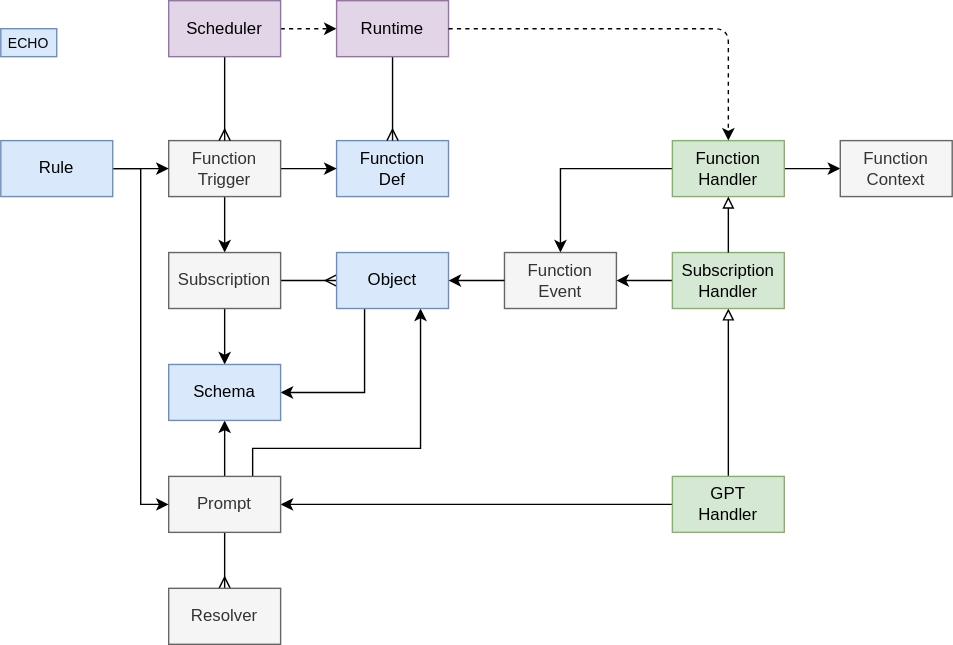
The draw.io diagram packages/core/functions/docs/functions.drawio.svg in dxos/dxos, before a commit. Source tidied: cells renumbered, new cells last; positions are measured from the earlier drawing's top-left corner, leaving out a move shared by most shapes.
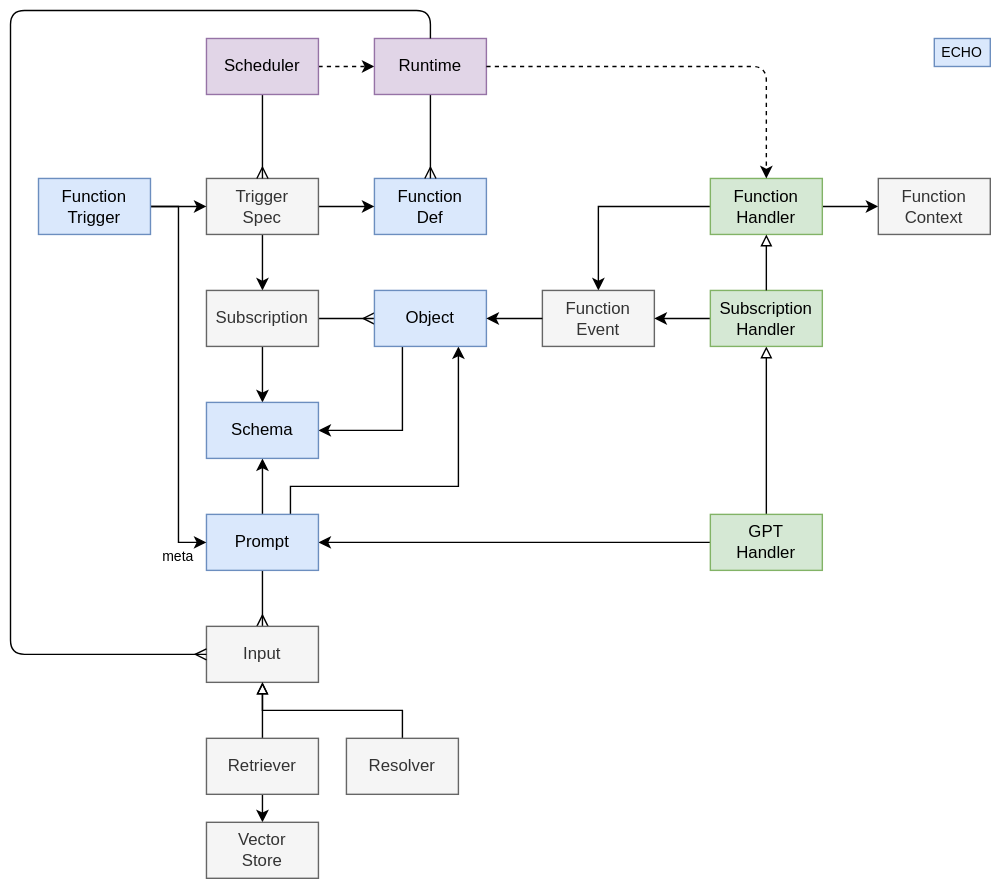
The same file after the commit.

What changed in the source:
```diff
@@ -11,7 +11,7 @@
     <mxCell id="4" style="edgeStyle=none;rounded=0;html=1;exitX=0.5;exitY=1;exitDx=0;exitDy=0;fontSize=10;endArrow=classic;endFill=1;" parent="1" edge="1" source="5" target="24">
       <mxGeometry relative="1" as="geometry" />
     </mxCell>
-    <mxCell id="5" value="Function&lt;br&gt;Trigger" style="rounded=0;whiteSpace=wrap;html=1;fillColor=#f5f5f5;strokeColor=#666666;fontColor=#333333;" parent="1" vertex="1">
+    <mxCell id="5" value="Trigger&lt;br&gt;Spec" style="rounded=0;whiteSpace=wrap;html=1;fillColor=#f5f5f5;strokeColor=#666666;fontColor=#333333;" parent="1" vertex="1">
       <mxGeometry x="120" y="100" width="80" height="40" as="geometry" />
     </mxCell>
     <mxCell id="6" style="edgeStyle=none;html=1;" parent="1" edge="1" source="8" target="10">
@@ -56,11 +56,11 @@
     <mxCell id="16" style="edgeStyle=none;html=1;exitX=0.5;exitY=1;exitDx=0;exitDy=0;endArrow=ERmany;endFill=0;" parent="1" edge="1" source="17" target="38">
       <mxGeometry relative="1" as="geometry" />
     </mxCell>
-    <mxCell id="17" value="Prompt" style="rounded=0;whiteSpace=wrap;html=1;fillColor=#f5f5f5;strokeColor=#666666;fontColor=#333333;" parent="1" vertex="1">
+    <mxCell id="17" value="Prompt" style="rounded=0;whiteSpace=wrap;html=1;fillColor=#dae8fc;strokeColor=#6c8ebf;" parent="1" vertex="1">
       <mxGeometry x="120" y="340" width="80" height="40" as="geometry" />
     </mxCell>
     <mxCell id="18" value="ECHO" style="rounded=0;whiteSpace=wrap;html=1;fillColor=#dae8fc;strokeColor=#6c8ebf;fontSize=10;" parent="1" vertex="1">
-      <mxGeometry y="20" width="40" height="20" as="geometry" />
+      <mxGeometry x="640" width="40" height="20" as="geometry" />
     </mxCell>
     <mxCell id="19" style="edgeStyle=none;html=1;exitX=1;exitY=0.5;exitDx=0;exitDy=0;fontSize=10;endArrow=classic;endFill=1;" parent="1" edge="1" source="21" target="5">
       <mxGeometry relative="1" as="geometry" />
@@ -73,7 +73,7 @@
         </Array>
       </mxGeometry>
     </mxCell>
-    <mxCell id="21" value="Rule" style="rounded=0;whiteSpace=wrap;html=1;fillColor=#dae8fc;strokeColor=#6c8ebf;" parent="1" vertex="1">
+    <mxCell id="21" value="Function&lt;br&gt;Trigger" style="rounded=0;whiteSpace=wrap;html=1;fillColor=#dae8fc;strokeColor=#6c8ebf;" parent="1" vertex="1">
       <mxGeometry y="100" width="80" height="40" as="geometry" />
     </mxCell>
     <mxCell id="22" style="edgeStyle=none;rounded=0;html=1;exitX=1;exitY=0.5;exitDx=0;exitDy=0;fontSize=10;endArrow=ERmany;endFill=0;" parent="1" edge="1" source="24" target="26">
@@ -132,8 +132,43 @@
         </Array>
       </mxGeometry>
     </mxCell>
-    <mxCell id="38" value="Resolver" style="rounded=0;whiteSpace=wrap;html=1;fillColor=#f5f5f5;strokeColor=#666666;fontColor=#333333;" parent="1" vertex="1">
+    <mxCell id="38" value="Input" style="rounded=0;whiteSpace=wrap;html=1;fillColor=#f5f5f5;strokeColor=#666666;fontColor=#333333;" parent="1" vertex="1">
       <mxGeometry x="120" y="420" width="80" height="40" as="geometry" />
     </mxCell>
+    <mxCell id="39" value="meta" style="rounded=0;whiteSpace=wrap;html=1;fillColor=none;strokeColor=none;fontSize=10;" parent="1" vertex="1">
+      <mxGeometry x="80" y="360" width="40" height="20" as="geometry" />
+    </mxCell>
+    <mxCell id="40" style="edgeStyle=none;html=1;endArrow=ERmany;endFill=0;entryX=0;entryY=0.5;entryDx=0;entryDy=0;" parent="1" edge="1" source="36" target="38">
+      <mxGeometry relative="1" as="geometry">
+        <Array as="points">
+          <mxPoint x="280" y="-20" />
+          <mxPoint x="-20" y="-20" />
+          <mxPoint x="-20" y="440" />
+        </Array>
+      </mxGeometry>
+    </mxCell>
+    <mxCell id="41" style="edgeStyle=none;html=1;exitX=0.5;exitY=0;exitDx=0;exitDy=0;endArrow=block;endFill=0;" parent="1" edge="1" source="43" target="38">
+      <mxGeometry relative="1" as="geometry" />
+    </mxCell>
+    <mxCell id="42" style="edgeStyle=none;rounded=0;html=1;exitX=0.5;exitY=1;exitDx=0;exitDy=0;entryX=0.5;entryY=0;entryDx=0;entryDy=0;endArrow=classic;endFill=1;" parent="1" edge="1" source="43" target="46">
+      <mxGeometry relative="1" as="geometry" />
+    </mxCell>
+    <mxCell id="43" value="Retriever" style="rounded=0;whiteSpace=wrap;html=1;fillColor=#f5f5f5;strokeColor=#666666;fontColor=#333333;" parent="1" vertex="1">
+      <mxGeometry x="120" y="500" width="80" height="40" as="geometry" />
+    </mxCell>
+    <mxCell id="44" style="edgeStyle=none;html=1;exitX=0.5;exitY=0;exitDx=0;exitDy=0;entryX=0.5;entryY=1;entryDx=0;entryDy=0;endArrow=block;endFill=0;rounded=0;" parent="1" edge="1" source="45" target="38">
+      <mxGeometry relative="1" as="geometry">
+        <Array as="points">
+          <mxPoint x="260" y="480" />
+          <mxPoint x="160" y="480" />
+        </Array>
+      </mxGeometry>
+    </mxCell>
+    <mxCell id="45" value="Resolver" style="rounded=0;whiteSpace=wrap;html=1;fillColor=#f5f5f5;strokeColor=#666666;fontColor=#333333;" parent="1" vertex="1">
+      <mxGeometry x="220" y="500" width="80" height="40" as="geometry" />
+    </mxCell>
+    <mxCell id="46" value="Vector&lt;br&gt;Store" style="rounded=0;whiteSpace=wrap;html=1;fillColor=#f5f5f5;strokeColor=#666666;fontColor=#333333;" parent="1" vertex="1">
+      <mxGeometry x="120" y="560" width="80" height="40" as="geometry" />
+    </mxCell>
   </root>
 </mxGraphModel>
```
